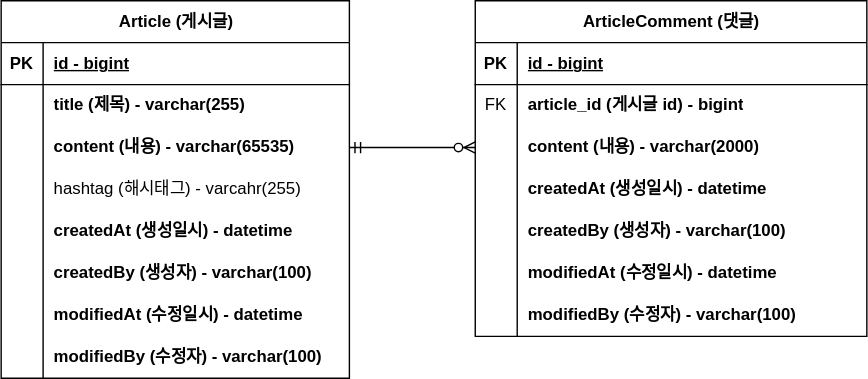
zjdtm/fastcampus-project-board keeps this draw.io diagram as document/project-board-erd.svg. Above is the earlier version. Source tidied: cells renumbered, new cells last; positions are measured from the earlier drawing's top-left corner, leaving out a move shared by most shapes.
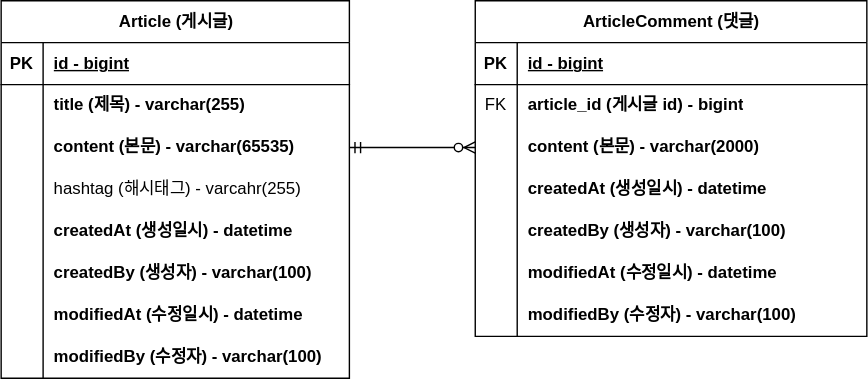
Later version of the same file.

Commit message:
#4 - ERD 주석 업데이트: project-board-erd.svg

Change to the diagram source:
```diff
@@ -34,7 +34,7 @@
     <mxCell id="11" style="shape=partialRectangle;fillColor=none;top=0;left=0;bottom=0;right=0;overflow=hidden;whiteSpace=wrap;html=1;" parent="10" vertex="1">
       <mxGeometry width="30" height="30" as="geometry" />
     </mxCell>
-    <mxCell id="12" value="content (내용) - varchar(65535)" style="shape=partialRectangle;fillColor=none;top=0;left=0;bottom=0;right=0;align=left;spacingLeft=6;overflow=hidden;whiteSpace=wrap;html=1;fontStyle=1;" parent="10" vertex="1">
+    <mxCell id="12" value="content (본문) - varchar(65535)" style="shape=partialRectangle;fillColor=none;top=0;left=0;bottom=0;right=0;align=left;spacingLeft=6;overflow=hidden;whiteSpace=wrap;html=1;fontStyle=1;" parent="10" vertex="1">
       <mxGeometry x="30" width="219" height="30" as="geometry" />
     </mxCell>
     <mxCell id="13" style="shape=tableRow;horizontal=0;startSize=0;swimlaneHead=0;swimlaneBody=0;fillColor=none;top=0;left=0;right=0;bottom=0;" parent="3" vertex="1">
@@ -109,7 +109,7 @@
     <mxCell id="36" style="shape=partialRectangle;fillColor=none;top=0;left=0;bottom=0;right=0;overflow=hidden;whiteSpace=wrap;html=1;" parent="35" vertex="1">
       <mxGeometry width="30" height="30" as="geometry" />
     </mxCell>
-    <mxCell id="37" value="content (내용) - varchar(2000)" style="shape=partialRectangle;fillColor=none;top=0;left=0;bottom=0;right=0;align=left;spacingLeft=6;overflow=hidden;whiteSpace=wrap;html=1;fontStyle=1;" parent="35" vertex="1">
+    <mxCell id="37" value="content (본문) - varchar(2000)" style="shape=partialRectangle;fillColor=none;top=0;left=0;bottom=0;right=0;align=left;spacingLeft=6;overflow=hidden;whiteSpace=wrap;html=1;fontStyle=1;" parent="35" vertex="1">
       <mxGeometry x="30" width="250" height="30" as="geometry" />
     </mxCell>
     <mxCell id="38" style="shape=tableRow;horizontal=0;startSize=0;swimlaneHead=0;swimlaneBody=0;fillColor=none;top=0;left=0;right=0;bottom=0;" parent="28" vertex="1">
```
